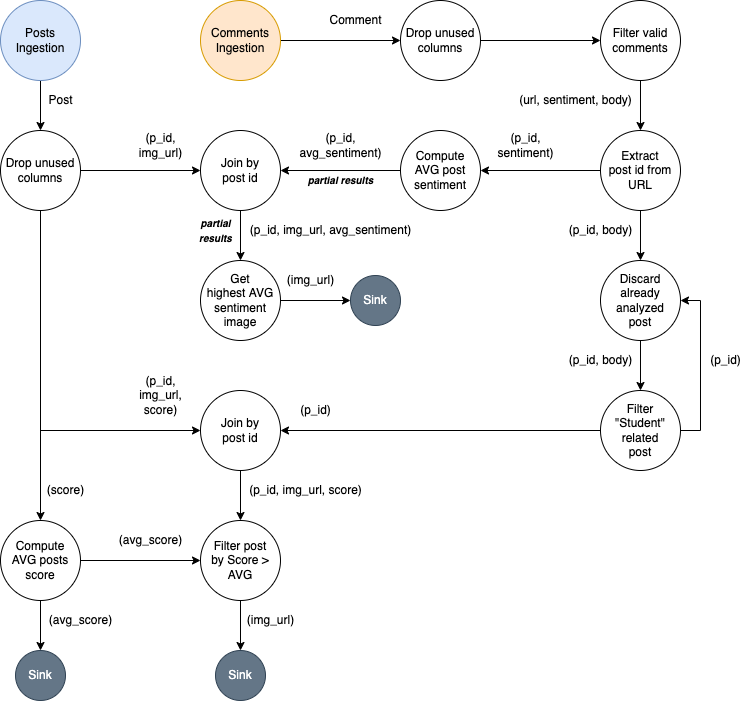
Above: TP2/docs/diagrams/DAG_transparent.png in mauro7x/distribuidos (draw.io), before the change. Source tidied: cells renumbered, new cells last; positions are measured from the earlier drawing's top-left corner, leaving out a move shared by most shapes.
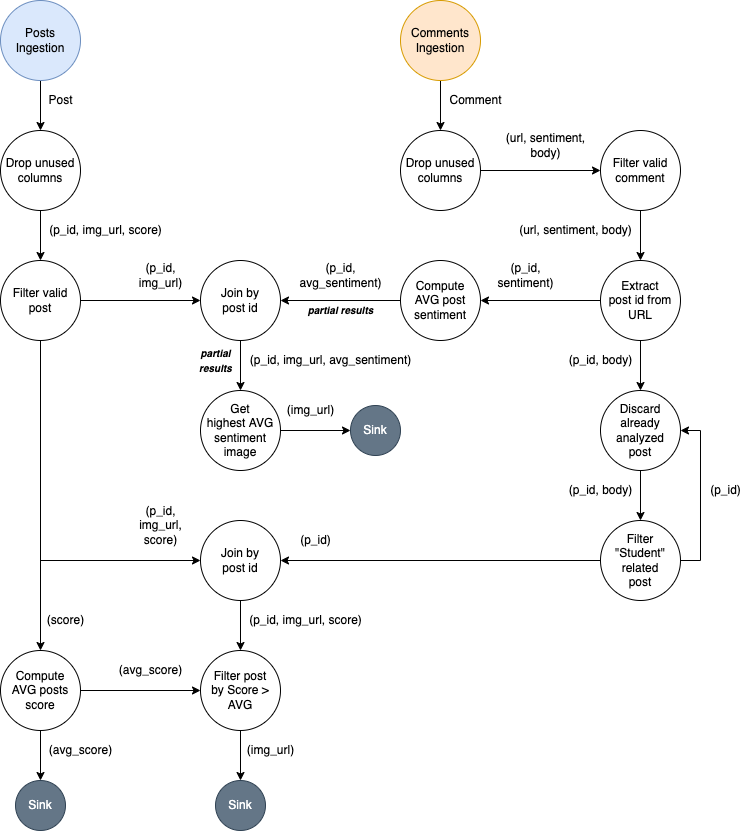
After the change.

Change to the diagram source:
```diff
@@ -2,29 +2,29 @@
   <root>
     <mxCell id="0" />
     <mxCell id="1" parent="0" />
-    <mxCell id="2" style="edgeStyle=orthogonalEdgeStyle;rounded=0;jettySize=auto;html=1;" parent="1" edge="1" source="3" target="16">
-      <mxGeometry relative="1" as="geometry" />
-    </mxCell>
+    <mxCell id="58" style="edgeStyle=orthogonalEdgeStyle;rounded=0;jettySize=auto;html=1;" parent="1" edge="1" source="3" target="60">
+      <mxGeometry relative="1" as="geometry" />
+    </mxCell>
     <mxCell id="3" value="Posts&lt;br&gt;Ingestion" style="ellipse;whiteSpace=wrap;html=1;fillColor=#dae8fc;strokeColor=#6c8ebf;" parent="1" vertex="1">
-      <mxGeometry width="80" height="80" as="geometry" />
+      <mxGeometry y="-130" width="80" height="80" as="geometry" />
     </mxCell>
     <mxCell id="4" value="Post" style="text;html=1;align=center;verticalAlign=middle;strokeColor=none;fillColor=none;fontStyle=0;" parent="1" vertex="1">
-      <mxGeometry x="40" y="90" width="40" height="20" as="geometry" />
+      <mxGeometry x="40" y="-40" width="40" height="20" as="geometry" />
     </mxCell>
     <mxCell id="5" style="edgeStyle=orthogonalEdgeStyle;rounded=0;jettySize=auto;html=1;" parent="1" edge="1" source="6" target="57">
       <mxGeometry relative="1" as="geometry" />
     </mxCell>
     <mxCell id="6" value="Comments Ingestion" style="ellipse;whiteSpace=wrap;html=1;fillColor=#ffe6cc;strokeColor=#d79b00;" parent="1" vertex="1">
-      <mxGeometry x="200" width="80" height="80" as="geometry" />
+      <mxGeometry x="400" y="-130" width="80" height="80" as="geometry" />
     </mxCell>
     <mxCell id="7" style="edgeStyle=orthogonalEdgeStyle;rounded=0;jettySize=auto;html=1;" parent="1" edge="1" source="8" target="21">
       <mxGeometry relative="1" as="geometry" />
     </mxCell>
-    <mxCell id="8" value="Filter valid comments" style="ellipse;whiteSpace=wrap;html=1;" parent="1" vertex="1">
+    <mxCell id="8" value="Filter valid comment" style="ellipse;whiteSpace=wrap;html=1;" parent="1" vertex="1">
       <mxGeometry x="600" width="80" height="80" as="geometry" />
     </mxCell>
     <mxCell id="9" value="Comment" style="text;html=1;align=center;verticalAlign=middle;strokeColor=none;fillColor=none;" parent="1" vertex="1">
-      <mxGeometry x="320" y="10" width="70" height="20" as="geometry" />
+      <mxGeometry x="440" y="-40" width="70" height="20" as="geometry" />
     </mxCell>
     <mxCell id="10" style="edgeStyle=orthogonalEdgeStyle;rounded=0;jettySize=auto;html=1;" parent="1" edge="1" source="12" target="17">
       <mxGeometry relative="1" as="geometry" />
@@ -48,7 +48,7 @@
         </Array>
       </mxGeometry>
     </mxCell>
-    <mxCell id="16" value="Drop unused&lt;br&gt;columns" style="ellipse;whiteSpace=wrap;html=1;" parent="1" vertex="1">
+    <mxCell id="16" value="Filter valid post" style="ellipse;whiteSpace=wrap;html=1;" parent="1" vertex="1">
       <mxGeometry y="130" width="80" height="80" as="geometry" />
     </mxCell>
     <mxCell id="17" value="Sink" style="ellipse;whiteSpace=wrap;html=1;fillColor=#647687;fontColor=#ffffff;strokeColor=#314354;" parent="1" vertex="1">
@@ -179,5 +179,17 @@
     <mxCell id="57" value="Drop unused&lt;br&gt;columns" style="ellipse;whiteSpace=wrap;html=1;" parent="1" vertex="1">
       <mxGeometry x="400" width="80" height="80" as="geometry" />
     </mxCell>
+    <mxCell id="59" style="edgeStyle=orthogonalEdgeStyle;rounded=0;jettySize=auto;html=1;" parent="1" edge="1" source="60" target="16">
+      <mxGeometry relative="1" as="geometry" />
+    </mxCell>
+    <mxCell id="60" value="Drop unused&lt;br&gt;columns" style="ellipse;whiteSpace=wrap;html=1;" parent="1" vertex="1">
+      <mxGeometry width="80" height="80" as="geometry" />
+    </mxCell>
+    <mxCell id="61" value="(p_id, img_url, score)" style="text;html=1;align=center;verticalAlign=middle;strokeColor=none;fillColor=none;" parent="1" vertex="1">
+      <mxGeometry x="40" y="90" width="130" height="20" as="geometry" />
+    </mxCell>
+    <mxCell id="62" value="(url, sentiment,&lt;br&gt;body)" style="text;html=1;align=center;verticalAlign=middle;strokeColor=none;fillColor=none;" parent="1" vertex="1">
+      <mxGeometry x="500" width="90" height="30" as="geometry" />
+    </mxCell>
   </root>
 </mxGraphModel>
```
